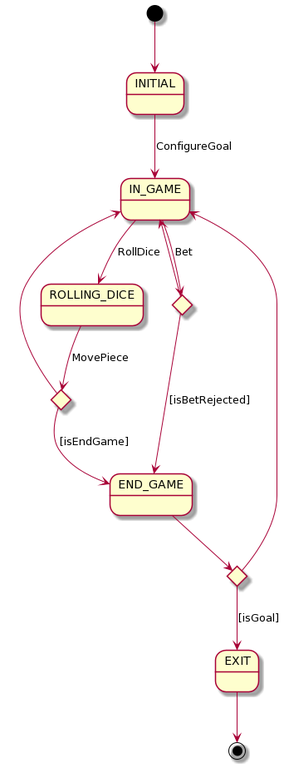
USantaTecla-game-backgammon/backgammon keeps this PlantUML diagram as docs/context/context.png. Above is the earlier version. The source it was exported from:
```plantuml
@startuml
state INITIAL
state IN_GAME
state ROLLING_DICE
state END_GAME
state EXIT
state if_end_game <<choice>>
state if_is_goal <<choice>>
state if_bet_rejected <<choice>>

[*] --> INITIAL
INITIAL --> IN_GAME: ConfigureGoal
ROLLING_DICE --> if_end_game: MovePiece
IN_GAME --> ROLLING_DICE: RollDice
IN_GAME --> if_bet_rejected: Bet
if_bet_rejected --> IN_GAME
if_bet_rejected --> END_GAME: [isBetRejected]
if_end_game --> END_GAME: [isEndGame]
if_end_game --> IN_GAME
END_GAME --> if_is_goal
if_is_goal --> IN_GAME
if_is_goal --> EXIT: [isGoal]
EXIT --> [*]
@enduml
```
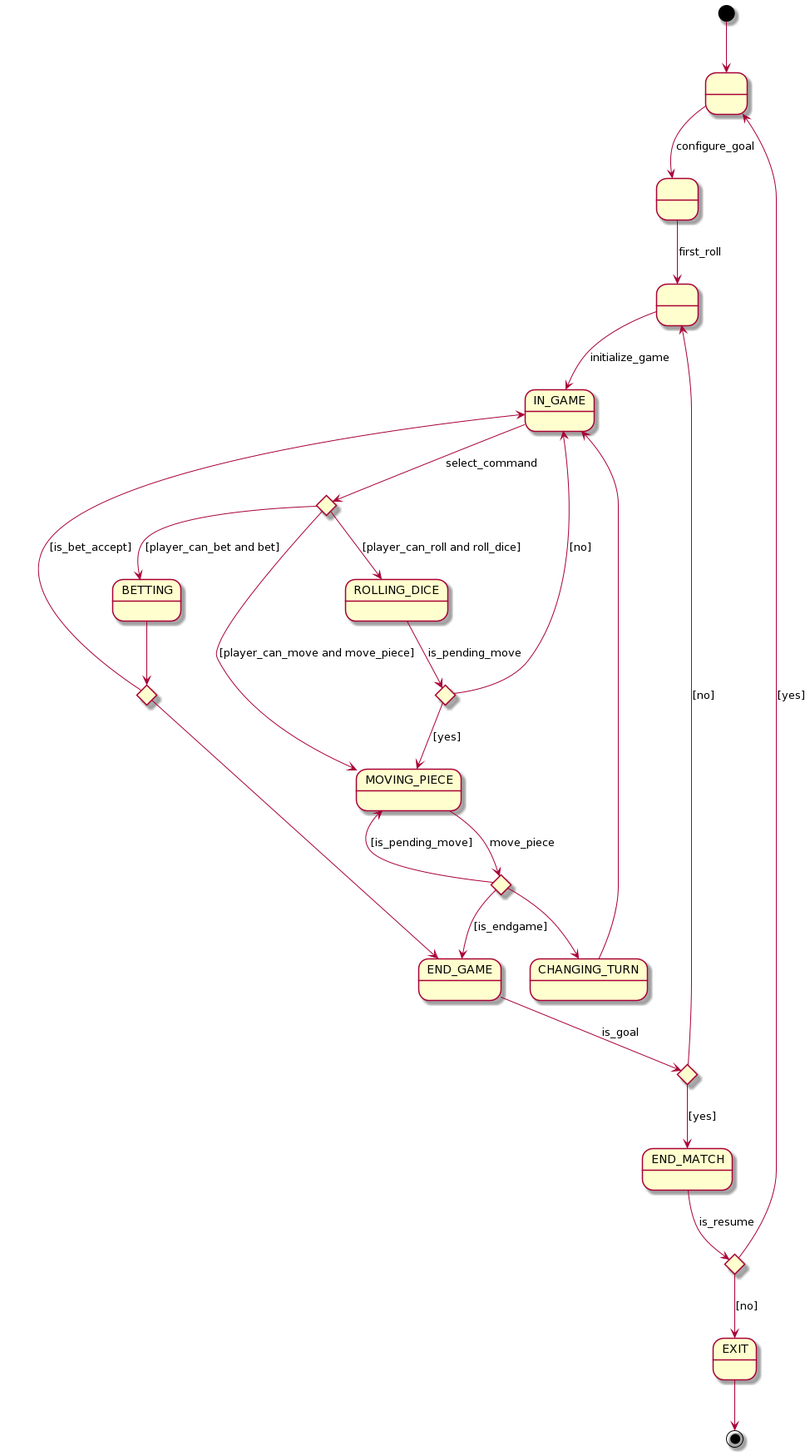
Later version of the same file.

Commit message:
Upload context.png updated and fix backgammon flow

The edit, as a diff of the source:
```diff
@@ -1,24 +1,55 @@
 @startuml
-state INITIAL
+state INITIAL as " "
+state CONFIG as " "
+state FIRST_PLAYER as " "
 state IN_GAME
 state ROLLING_DICE
+state CHANGING_TURN
 state END_GAME
+state END_MATCH
 state EXIT
-state if_end_game <<choice>>
-state if_is_goal <<choice>>
-state if_bet_rejected <<choice>>
+
+state is_bet_accept <<choice>>
+state is_pending_move <<choice>>
+state is_moved <<choice>>
+state is_goal <<choice>>
+state is_resume <<choice>>
+state select_command <<choice>>
+
 
 [*] --> INITIAL
-INITIAL --> IN_GAME: ConfigureGoal
-ROLLING_DICE --> if_end_game: MovePiece
-IN_GAME --> ROLLING_DICE: RollDice
-IN_GAME --> if_bet_rejected: Bet
-if_bet_rejected --> IN_GAME
-if_bet_rejected --> END_GAME: [isBetRejected]
-if_end_game --> END_GAME: [isEndGame]
-if_end_game --> IN_GAME
-END_GAME --> if_is_goal
-if_is_goal --> IN_GAME
-if_is_goal --> EXIT: [isGoal]
+INITIAL --> CONFIG: configure_goal
+CONFIG --> FIRST_PLAYER: first_roll
+FIRST_PLAYER --> IN_GAME: initialize_game
+
+IN_GAME --> select_command: select_command
+
+select_command --> BETTING: [player_can_bet and bet]
+select_command --> ROLLING_DICE: [player_can_roll and roll_dice]
+select_command --> MOVING_PIECE: [player_can_move and move_piece]
+
+BETTING --> is_bet_accept
+is_bet_accept --> IN_GAME: [is_bet_accept]
+is_bet_accept --> END_GAME
+
+ROLLING_DICE --> is_pending_move: is_pending_move
+is_pending_move --> MOVING_PIECE: [yes]
+is_pending_move --> IN_GAME: [no]
+
+MOVING_PIECE --> is_moved: move_piece
+is_moved --> END_GAME: [is_endgame]
+is_moved --> MOVING_PIECE: [is_pending_move]
+is_moved --> CHANGING_TURN
+
+CHANGING_TURN --> IN_GAME
+
+END_GAME --> is_goal: is_goal
+is_goal --> FIRST_PLAYER: [no]
+is_goal --> END_MATCH: [yes]
+
+END_MATCH --> is_resume: is_resume
+is_resume --> INITIAL: [yes]
+is_resume --> EXIT: [no]
+
 EXIT --> [*]
 @enduml
```
